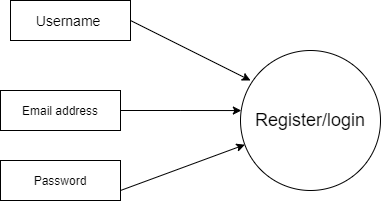
Earlier version of the draw.io export DFDLogin.png (bidya01/Programs). Source tidied: cells renumbered, new cells last; positions are measured from the earlier drawing's top-left corner, leaving out a move shared by most shapes. Its diagram source:
```xml
<mxGraphModel>
  <root>
    <mxCell id="0" />
    <mxCell id="1" parent="0" />
    <mxCell id="2" value="&lt;font style=&quot;font-size: 18px&quot;&gt;Register/login&lt;/font&gt;" style="ellipse;whiteSpace=wrap;html=1;" parent="1" vertex="1">
      <mxGeometry x="240" y="50" width="140" height="140" as="geometry" />
    </mxCell>
    <mxCell id="3" value="&lt;font style=&quot;font-size: 14px&quot;&gt;Username&amp;nbsp;&lt;/font&gt;" style="rounded=0;whiteSpace=wrap;html=1;" parent="1" vertex="1">
      <mxGeometry x="10" width="120" height="40" as="geometry" />
    </mxCell>
    <mxCell id="4" style="endArrow=classic;html=1;exitX=1;exitY=0.5;exitDx=0;exitDy=0;" parent="1" edge="1" source="3">
      <mxGeometry relative="1" as="geometry">
        <mxPoint x="250" y="80" as="targetPoint" />
      </mxGeometry>
    </mxCell>
    <mxCell id="5" style="edgeStyle=orthogonalEdgeStyle;rounded=0;jettySize=auto;html=1;entryX=0.006;entryY=0.429;entryDx=0;entryDy=0;entryPerimeter=0;" parent="1" edge="1" source="6" target="2">
      <mxGeometry relative="1" as="geometry" />
    </mxCell>
    <mxCell id="6" value="Email address" style="rounded=0;whiteSpace=wrap;html=1;" parent="1" vertex="1">
      <mxGeometry y="90" width="120" height="40" as="geometry" />
    </mxCell>
    <mxCell id="7" value="Password" style="rounded=0;whiteSpace=wrap;html=1;" parent="1" vertex="1">
      <mxGeometry y="160" width="120" height="40" as="geometry" />
    </mxCell>
    <mxCell id="8" style="endArrow=classic;html=1;exitX=1;exitY=0.75;exitDx=0;exitDy=0;" parent="1" edge="1" source="7" target="2">
      <mxGeometry relative="1" as="geometry" />
    </mxCell>
  </root>
</mxGraphModel>
```
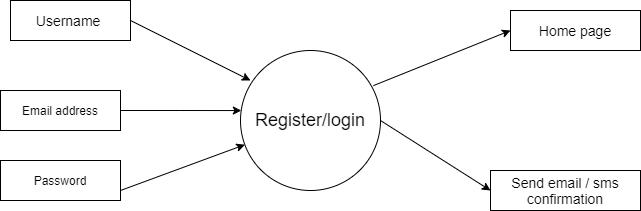
Later version of the same file.

The edit, as a diff of the source:
```diff
@@ -25,5 +25,17 @@
     <mxCell id="8" style="endArrow=classic;html=1;exitX=1;exitY=0.75;exitDx=0;exitDy=0;" parent="1" edge="1" source="7" target="2">
       <mxGeometry relative="1" as="geometry" />
     </mxCell>
+    <mxCell id="9" value="&lt;font style=&quot;font-size: 14px&quot;&gt;Home page&lt;/font&gt;" style="rounded=0;whiteSpace=wrap;html=1;" parent="1" vertex="1">
+      <mxGeometry x="510" y="10" width="130" height="40" as="geometry" />
+    </mxCell>
+    <mxCell id="10" style="endArrow=classic;html=1;exitX=0.949;exitY=0.251;exitDx=0;exitDy=0;exitPerimeter=0;entryX=0;entryY=0.5;entryDx=0;entryDy=0;" parent="1" edge="1" source="2" target="9">
+      <mxGeometry relative="1" as="geometry" />
+    </mxCell>
+    <mxCell id="11" value="&lt;font style=&quot;font-size: 14px&quot;&gt;Send email / sms confirmation&lt;/font&gt;" style="rounded=0;whiteSpace=wrap;html=1;" parent="1" vertex="1">
+      <mxGeometry x="490" y="170" width="150" height="40" as="geometry" />
+    </mxCell>
+    <mxCell id="12" style="endArrow=classic;html=1;entryX=0;entryY=0.5;entryDx=0;entryDy=0;exitX=1;exitY=0.5;exitDx=0;exitDy=0;" parent="1" edge="1" source="2" target="11">
+      <mxGeometry relative="1" as="geometry" />
+    </mxCell>
   </root>
 </mxGraphModel>
```
